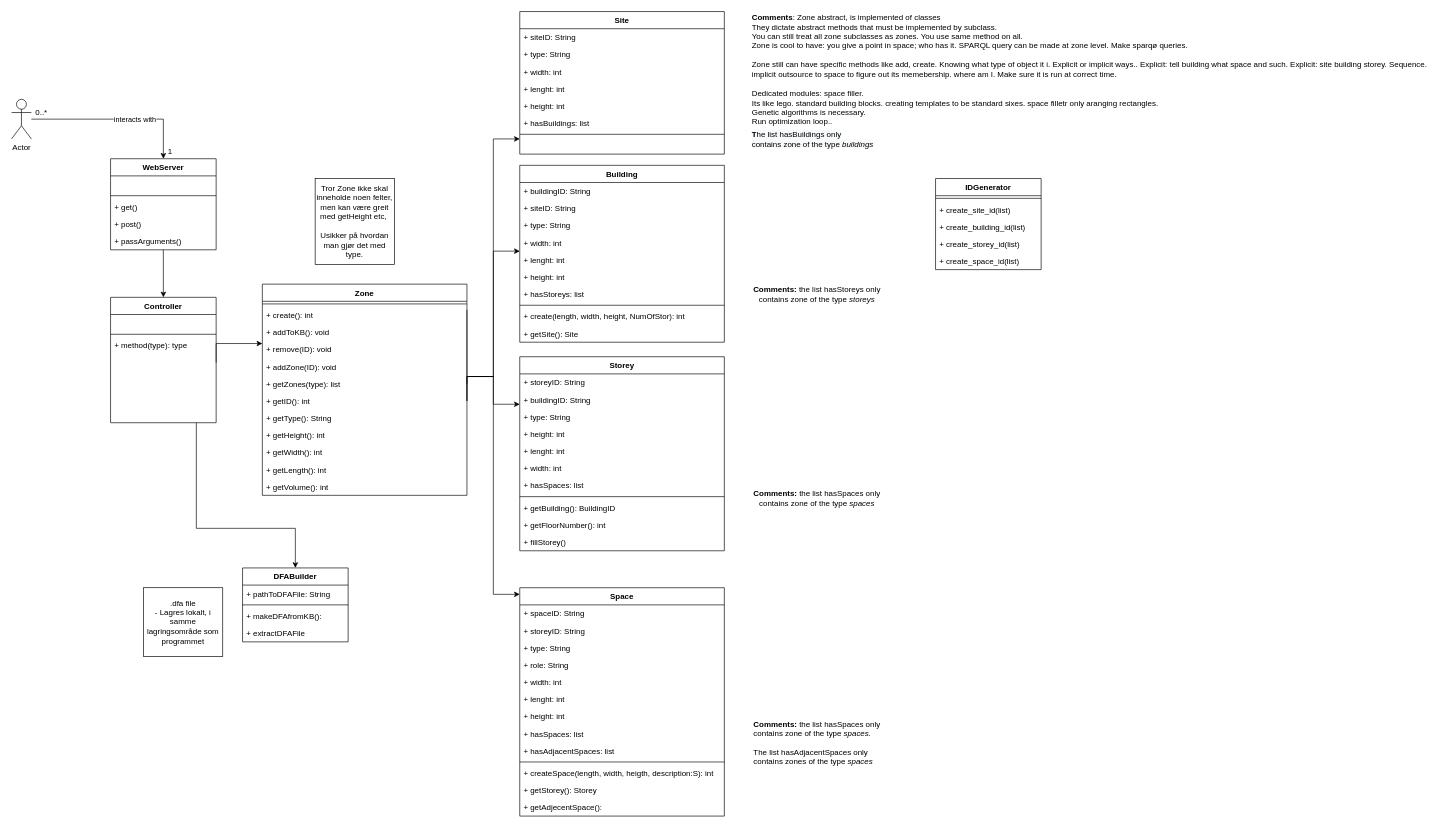
The draw.io diagram page "Design Class Diagram" (7 of 9) of Diagrams/Diagrams.drawio in Hallvaeb/automation-p2-construction-knowledge-base, before the edit. Source tidied: cells renumbered, new cells numbered last; positions are measured from the earlier drawing's top-left corner, leaving out a move shared by most shapes. Both pictures are drawn from the tidied source at 66%, with x=0, y=0 at pixel (11, 11).
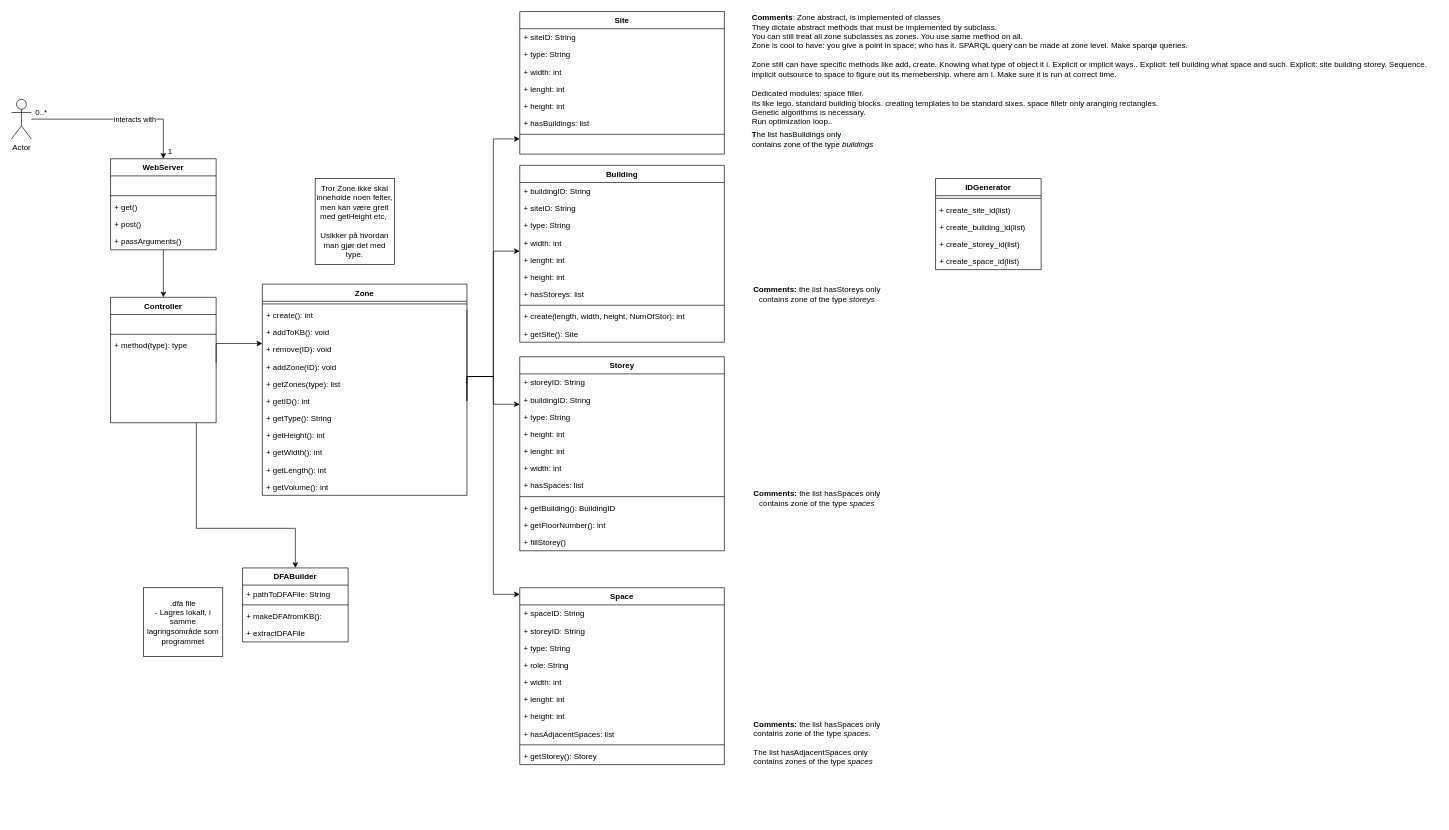
The same diagram, later.

Change to the diagram source:
```diff
@@
     <mxCell id="61" value="Space" style="swimlane;fontStyle=1;align=center;verticalAlign=top;horizontal=1;startSize=26;strokeColor=default;fillColor=default;" parent="1" vertex="1">
-      <mxGeometry x="770" y="873" width="310" height="346" as="geometry" />
+      <mxGeometry x="770" y="873" width="310" height="268" as="geometry" />
     </mxCell>
@@
-    <mxCell id="69" value="+ hasSpaces: list" style="text;strokeColor=none;fillColor=none;align=left;verticalAlign=top;spacingLeft=4;spacingRight=4;overflow=hidden;" parent="61" vertex="1">
-      <mxGeometry y="208" width="310" height="26" as="geometry" />
-    </mxCell>
     <mxCell id="70" value="+ hasAdjacentSpaces: list" style="text;strokeColor=none;fillColor=none;align=left;verticalAlign=top;spacingLeft=4;spacingRight=4;overflow=hidden;" parent="61" vertex="1">
-      <mxGeometry y="234" width="310" height="26" as="geometry" />
+      <mxGeometry y="208" width="310" height="26" as="geometry" />
     </mxCell>
     <mxCell id="71" style="line;strokeWidth=1;fillColor=none;align=left;verticalAlign=middle;spacingTop=-1;spacingLeft=3;spacingRight=3;labelPosition=right;" parent="61" vertex="1">
-      <mxGeometry y="260" width="310" height="8" as="geometry" />
+      <mxGeometry y="234" width="310" height="8" as="geometry" />
     </mxCell>
-    <mxCell id="72" value="+ createSpace(length, width, heigth, description:S): int" style="text;strokeColor=none;fillColor=none;align=left;verticalAlign=top;spacingLeft=4;spacingRight=4;overflow=hidden;" parent="61" vertex="1">
-      <mxGeometry y="268" width="310" height="26" as="geometry" />
-    </mxCell>
     <mxCell id="73" value="+ getStorey(): Storey" style="text;strokeColor=none;fillColor=none;align=left;verticalAlign=top;spacingLeft=4;spacingRight=4;overflow=hidden;" parent="61" vertex="1">
-      <mxGeometry y="294" width="310" height="26" as="geometry" />
+      <mxGeometry y="242" width="310" height="26" as="geometry" />
     </mxCell>
-    <mxCell id="74" value="+ getAdjecentSpace():" style="text;strokeColor=none;fillColor=none;align=left;verticalAlign=top;spacingLeft=4;spacingRight=4;overflow=hidden;" parent="61" vertex="1">
-      <mxGeometry y="320" width="310" height="26" as="geometry" />
-    </mxCell>
```
